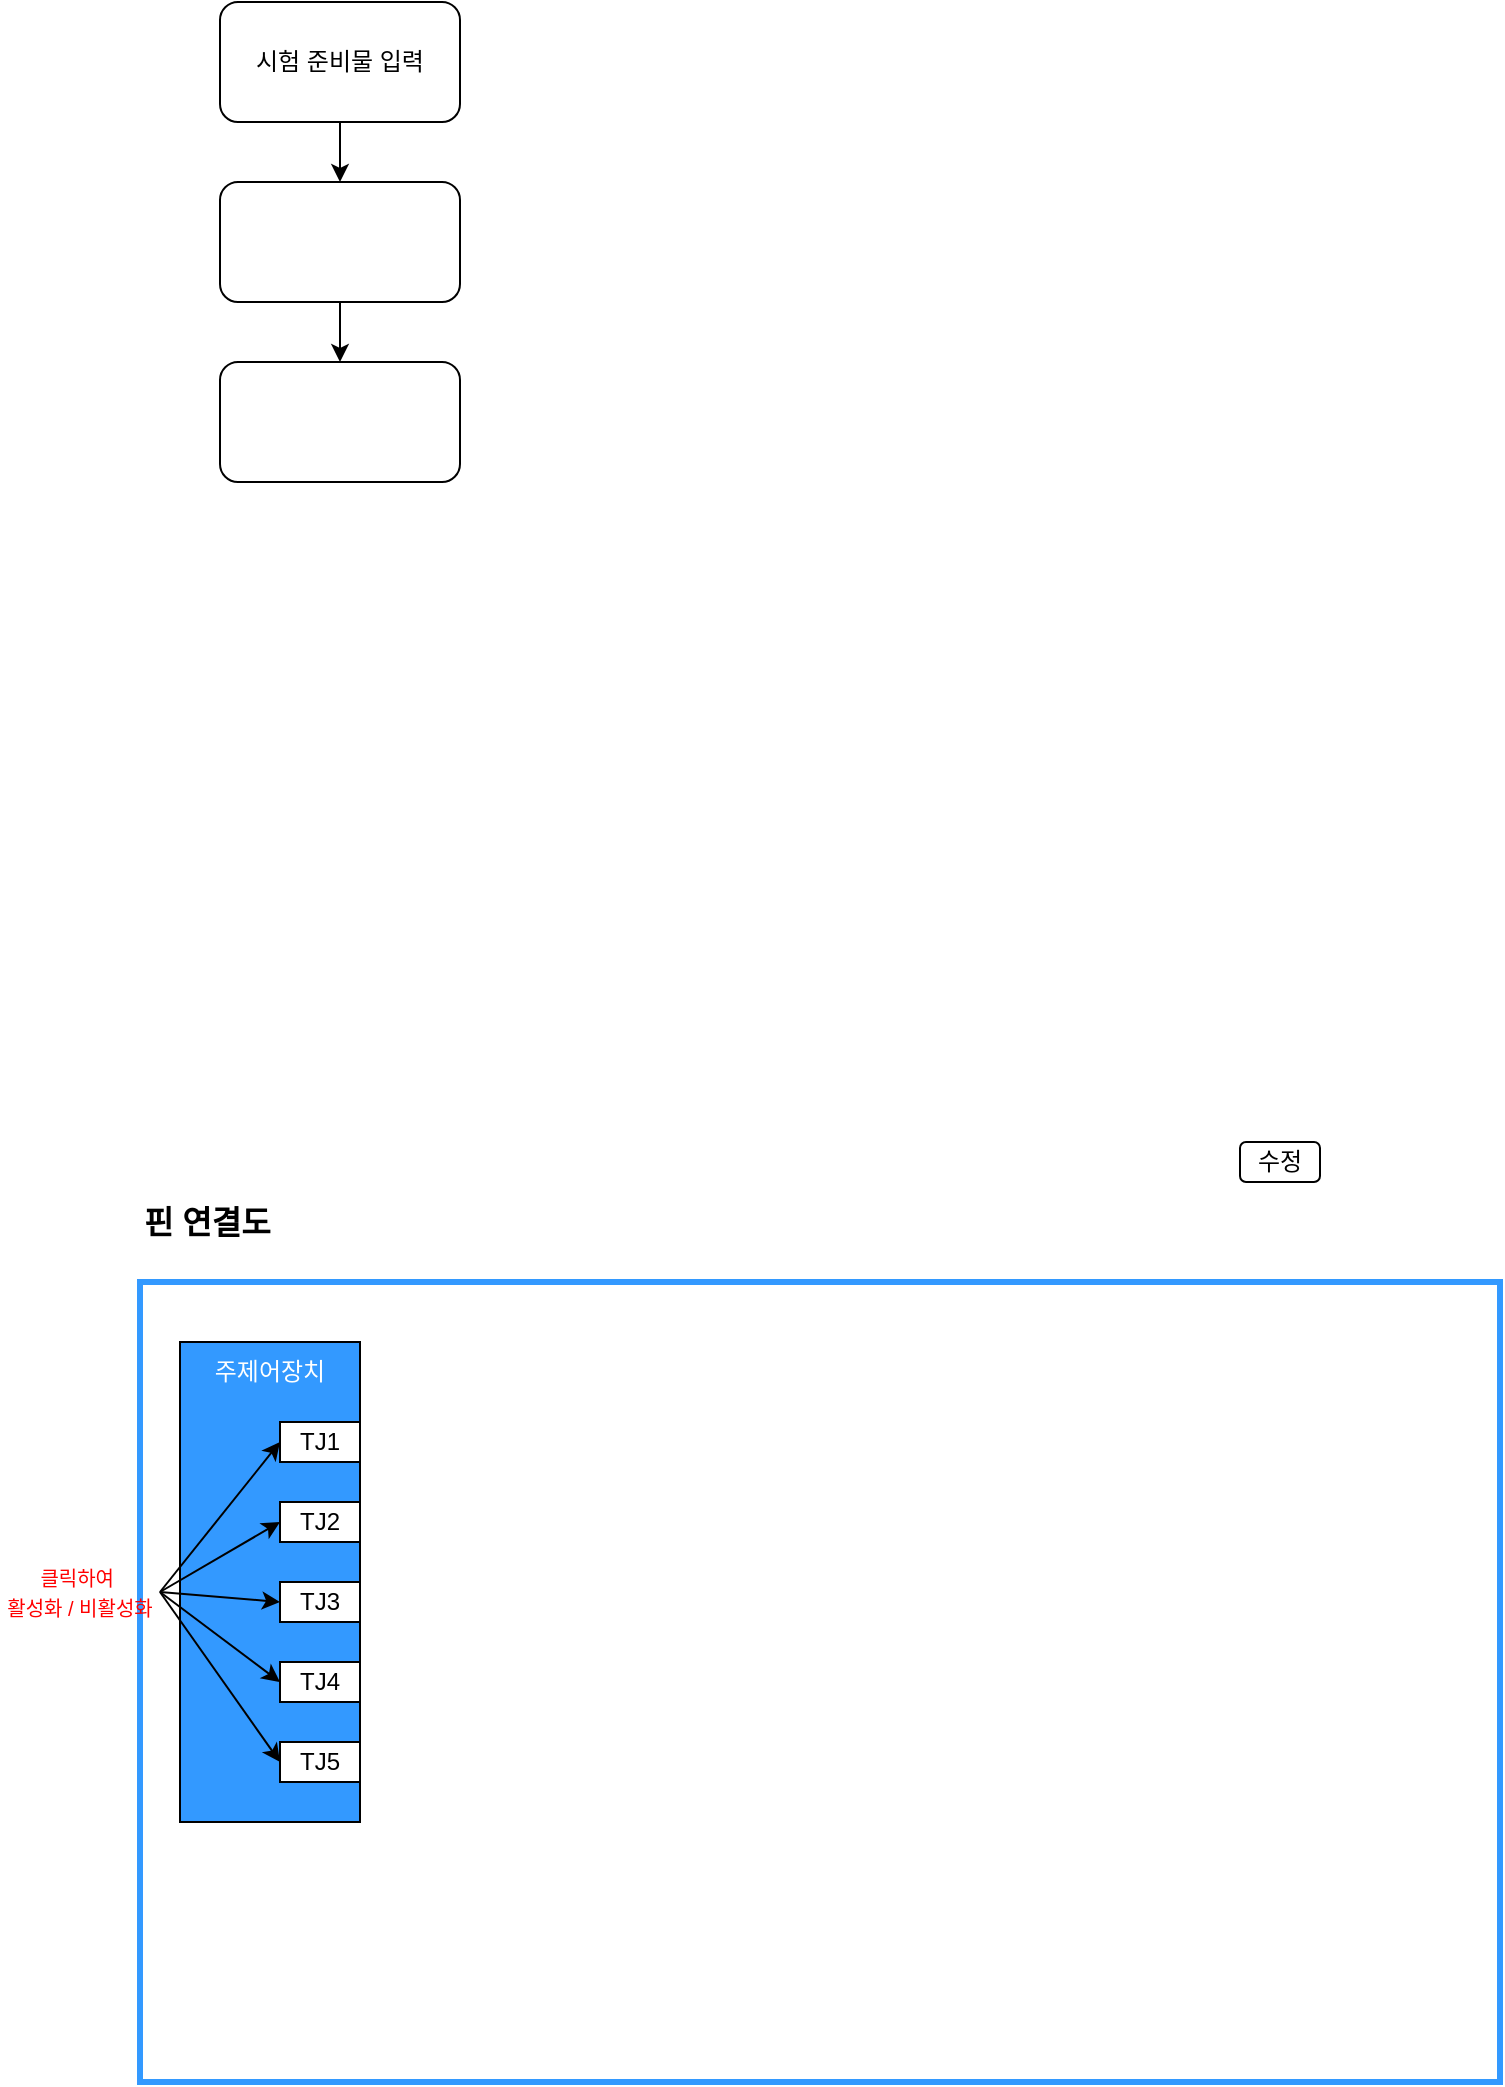
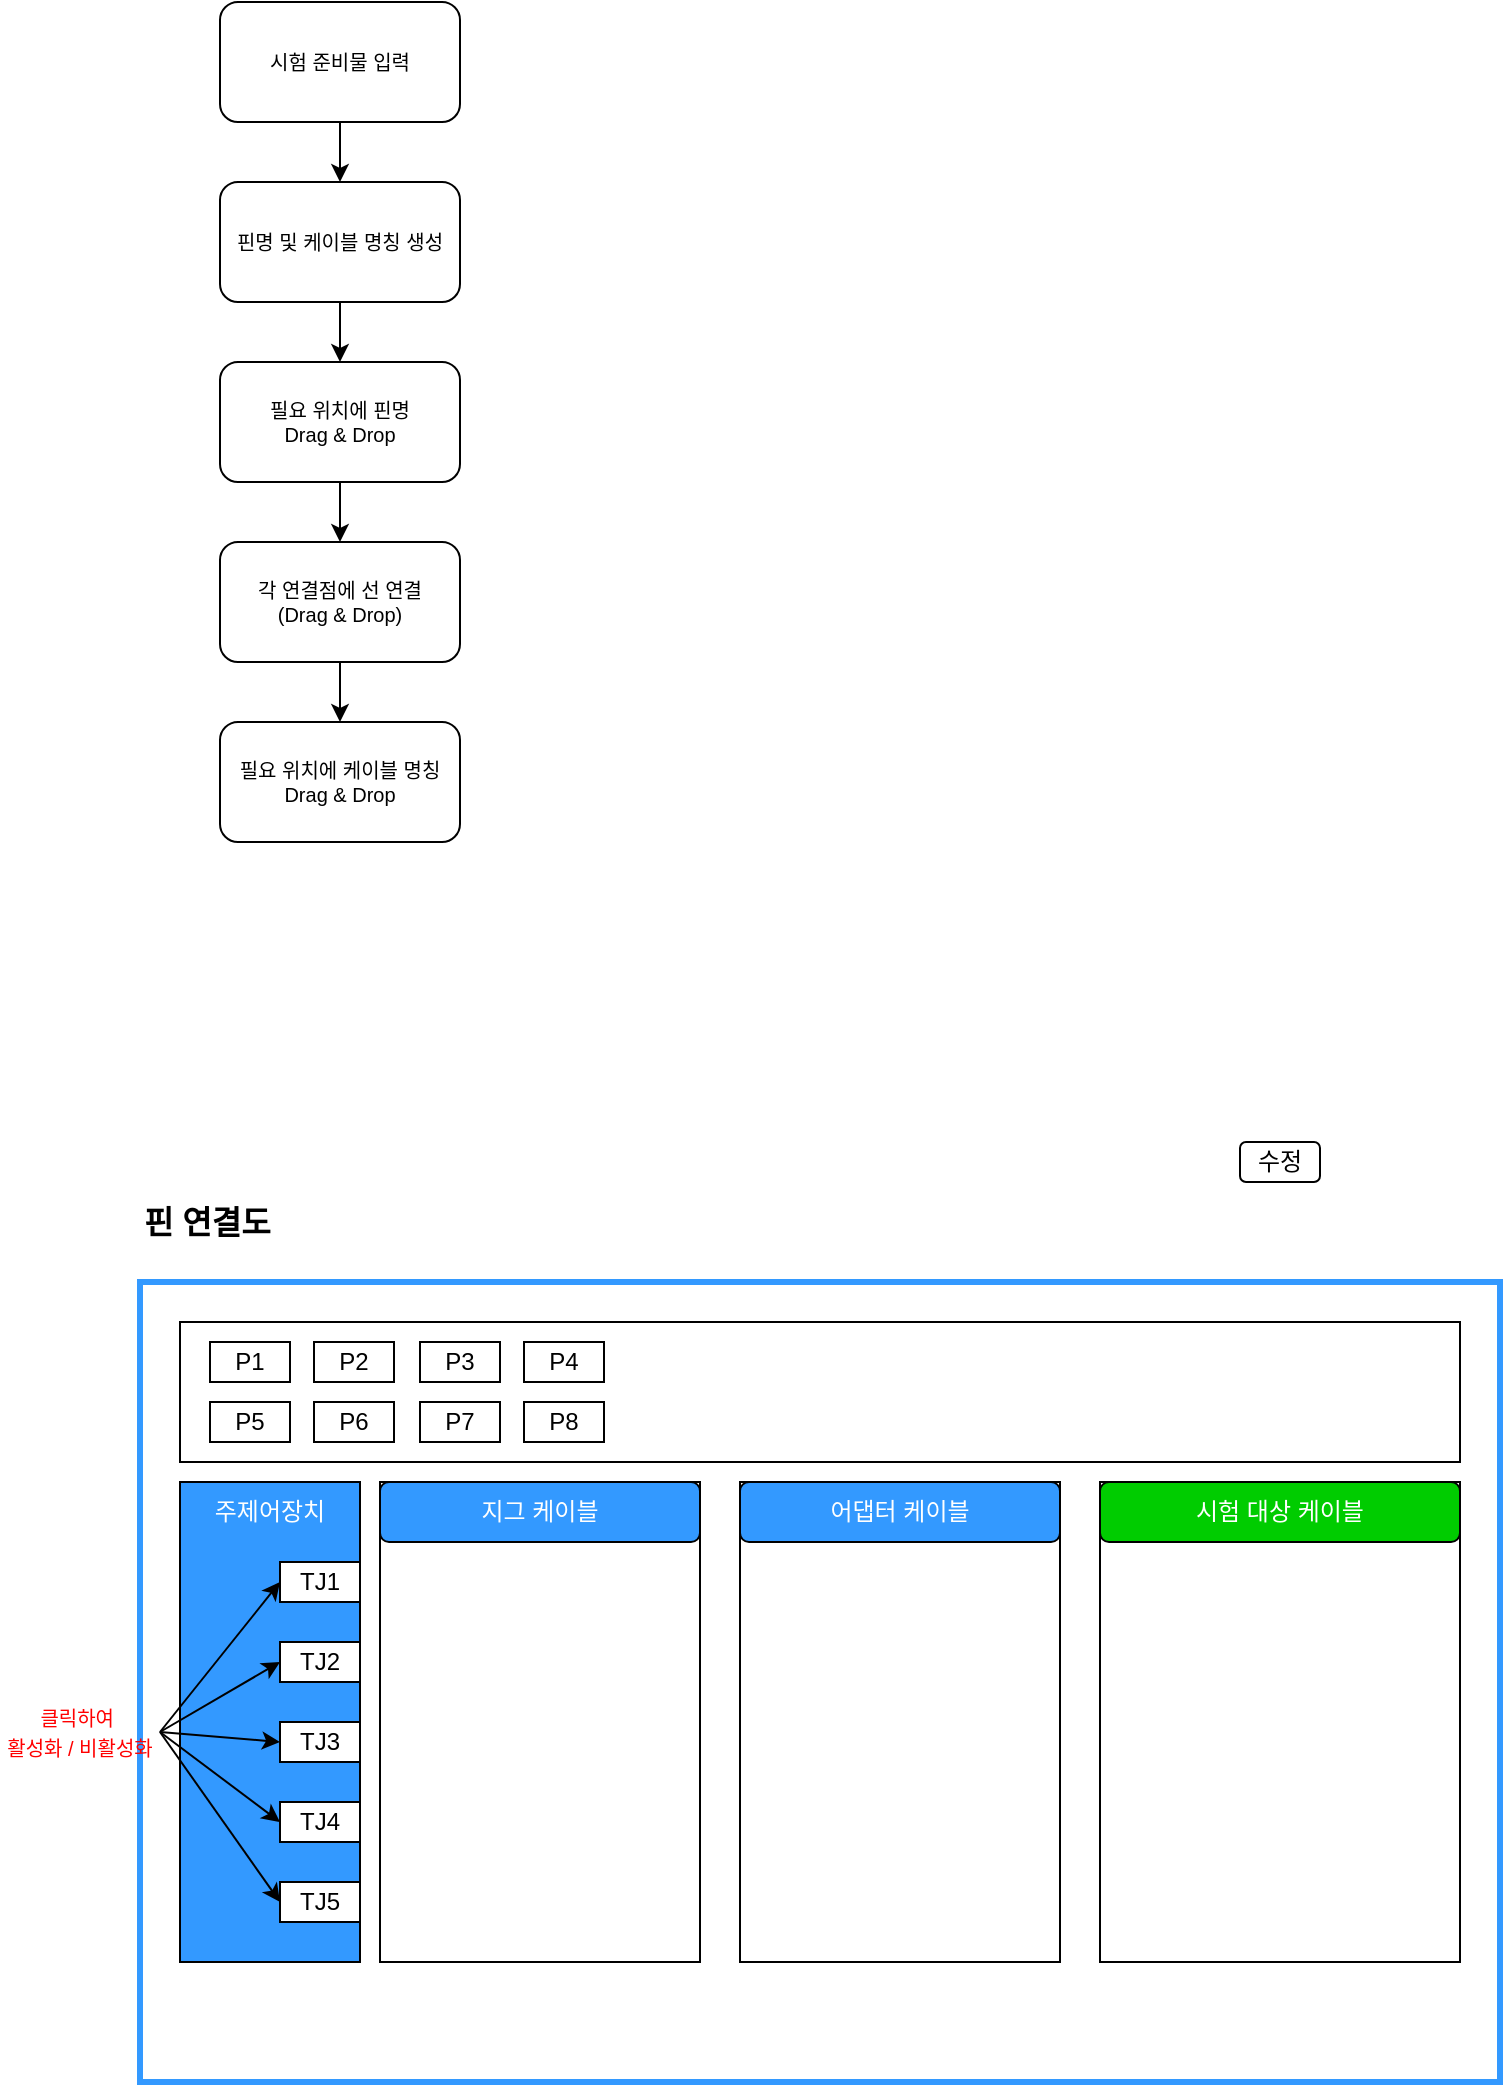
<mxfile host="app.diagrams.net">
  <diagram name="페이지-1" id="UxWbZ_BPkf-oguWBpRFv">
    <mxGraphModel dx="1047" dy="550" grid="1" gridSize="10" guides="1" tooltips="1" connect="1" arrows="1" fold="1" page="1" pageScale="1" pageWidth="827" pageHeight="1169" math="0" shadow="0">
      <root>
        <mxCell id="0" />
        <mxCell id="1" parent="0" />
        <mxCell id="T5Jo-hEF-b0Sb9yn7Qss-1" parent="1" style="rounded=0;whiteSpace=wrap;html=1;strokeColor=#3399FF;strokeWidth=3;glass=0;shadow=0;" value="" vertex="1">
          <mxGeometry height="400" width="680" x="80" y="680" as="geometry" />
        </mxCell>
        <mxCell id="T5Jo-hEF-b0Sb9yn7Qss-2" parent="1" style="text;html=1;whiteSpace=wrap;strokeColor=none;fillColor=none;align=left;verticalAlign=middle;rounded=0;fontStyle=1;fontSize=16;" value="핀 연결도" vertex="1">
          <mxGeometry height="20" width="80" x="80" y="640" as="geometry" />
        </mxCell>
        <mxCell id="T5Jo-hEF-b0Sb9yn7Qss-4" parent="1" style="rounded=1;whiteSpace=wrap;html=1;" value="수정" vertex="1">
          <mxGeometry height="20" width="40" x="630" y="610" as="geometry" />
        </mxCell>
        <mxCell id="T5Jo-hEF-b0Sb9yn7Qss-5" parent="1" style="rounded=0;whiteSpace=wrap;html=1;fillColor=#3399FF;strokeColor=default;" value="" vertex="1">
-           <mxGeometry height="240" width="90" x="100" y="710" as="geometry" />
+           <mxGeometry height="240" width="90" x="100" y="780" as="geometry" />
        </mxCell>
        <mxCell id="T5Jo-hEF-b0Sb9yn7Qss-6" parent="1" style="rounded=0;whiteSpace=wrap;html=1;" value="TJ1" vertex="1">
-           <mxGeometry height="20" width="40" x="150" y="750" as="geometry" />
+           <mxGeometry height="20" width="40" x="150" y="820" as="geometry" />
        </mxCell>
        <mxCell id="T5Jo-hEF-b0Sb9yn7Qss-7" parent="1" style="rounded=0;whiteSpace=wrap;html=1;" value="TJ4" vertex="1">
-           <mxGeometry height="20" width="40" x="150" y="870" as="geometry" />
+           <mxGeometry height="20" width="40" x="150" y="940" as="geometry" />
        </mxCell>
        <mxCell id="T5Jo-hEF-b0Sb9yn7Qss-8" parent="1" style="rounded=0;whiteSpace=wrap;html=1;" value="TJ2" vertex="1">
-           <mxGeometry height="20" width="40" x="150" y="790" as="geometry" />
+           <mxGeometry height="20" width="40" x="150" y="860" as="geometry" />
        </mxCell>
        <mxCell id="T5Jo-hEF-b0Sb9yn7Qss-9" parent="1" style="rounded=0;whiteSpace=wrap;html=1;" value="TJ3" vertex="1">
-           <mxGeometry height="20" width="40" x="150" y="830" as="geometry" />
+           <mxGeometry height="20" width="40" x="150" y="900" as="geometry" />
        </mxCell>
        <mxCell id="T5Jo-hEF-b0Sb9yn7Qss-11" parent="1" style="rounded=0;whiteSpace=wrap;html=1;" value="TJ5" vertex="1">
-           <mxGeometry height="20" width="40" x="150" y="910" as="geometry" />
+           <mxGeometry height="20" width="40" x="150" y="980" as="geometry" />
        </mxCell>
        <mxCell id="T5Jo-hEF-b0Sb9yn7Qss-12" parent="1" style="text;html=1;whiteSpace=wrap;strokeColor=none;fillColor=none;align=center;verticalAlign=middle;rounded=0;fontColor=#FF0000;" value="&lt;font style=&quot;font-size: 10px;&quot;&gt;클릭하여&amp;nbsp;&lt;/font&gt;&lt;div&gt;&lt;font style=&quot;font-size: 10px;&quot;&gt;활성화 / 비활성화&lt;/font&gt;&lt;/div&gt;" vertex="1">
-           <mxGeometry height="30" width="80" x="10" y="820" as="geometry" />
+           <mxGeometry height="30" width="80" x="10" y="890" as="geometry" />
        </mxCell>
        <mxCell id="T5Jo-hEF-b0Sb9yn7Qss-14" edge="1" parent="1" source="T5Jo-hEF-b0Sb9yn7Qss-12" style="endArrow=classic;html=1;rounded=0;entryX=0;entryY=0.5;entryDx=0;entryDy=0;exitX=1;exitY=0.5;exitDx=0;exitDy=0;" target="T5Jo-hEF-b0Sb9yn7Qss-6" value="">
          <mxGeometry height="50" relative="1" width="50" as="geometry">
-             <mxPoint x="350" y="900" as="sourcePoint" />
-             <mxPoint x="400" y="850" as="targetPoint" />
+             <mxPoint x="350" y="970" as="sourcePoint" />
+             <mxPoint x="400" y="920" as="targetPoint" />
          </mxGeometry>
        </mxCell>
        <mxCell id="T5Jo-hEF-b0Sb9yn7Qss-15" edge="1" parent="1" source="T5Jo-hEF-b0Sb9yn7Qss-12" style="endArrow=classic;html=1;rounded=0;entryX=0;entryY=0.5;entryDx=0;entryDy=0;exitX=1;exitY=0.5;exitDx=0;exitDy=0;" target="T5Jo-hEF-b0Sb9yn7Qss-8" value="">
          <mxGeometry height="50" relative="1" width="50" as="geometry">
-             <mxPoint x="260" y="830" as="sourcePoint" />
-             <mxPoint x="320" y="835" as="targetPoint" />
+             <mxPoint x="260" y="900" as="sourcePoint" />
+             <mxPoint x="320" y="905" as="targetPoint" />
          </mxGeometry>
        </mxCell>
        <mxCell id="T5Jo-hEF-b0Sb9yn7Qss-16" edge="1" parent="1" source="T5Jo-hEF-b0Sb9yn7Qss-12" style="endArrow=classic;html=1;rounded=0;entryX=0;entryY=0.5;entryDx=0;entryDy=0;exitX=1;exitY=0.5;exitDx=0;exitDy=0;" target="T5Jo-hEF-b0Sb9yn7Qss-9" value="">
          <mxGeometry height="50" relative="1" width="50" as="geometry">
-             <mxPoint x="330" y="780" as="sourcePoint" />
-             <mxPoint x="390" y="785" as="targetPoint" />
+             <mxPoint x="330" y="850" as="sourcePoint" />
+             <mxPoint x="390" y="855" as="targetPoint" />
          </mxGeometry>
        </mxCell>
        <mxCell id="T5Jo-hEF-b0Sb9yn7Qss-17" edge="1" parent="1" source="T5Jo-hEF-b0Sb9yn7Qss-12" style="endArrow=classic;html=1;rounded=0;entryX=0;entryY=0.5;entryDx=0;entryDy=0;exitX=1;exitY=0.5;exitDx=0;exitDy=0;" target="T5Jo-hEF-b0Sb9yn7Qss-7" value="">
          <mxGeometry height="50" relative="1" width="50" as="geometry">
-             <mxPoint x="430" y="790" as="sourcePoint" />
-             <mxPoint x="490" y="795" as="targetPoint" />
+             <mxPoint x="430" y="860" as="sourcePoint" />
+             <mxPoint x="490" y="865" as="targetPoint" />
          </mxGeometry>
        </mxCell>
        <mxCell id="T5Jo-hEF-b0Sb9yn7Qss-18" edge="1" parent="1" source="T5Jo-hEF-b0Sb9yn7Qss-12" style="endArrow=classic;html=1;rounded=0;entryX=0;entryY=0.5;entryDx=0;entryDy=0;exitX=1;exitY=0.5;exitDx=0;exitDy=0;" target="T5Jo-hEF-b0Sb9yn7Qss-11" value="">
          <mxGeometry height="50" relative="1" width="50" as="geometry">
-             <mxPoint x="390" y="770" as="sourcePoint" />
-             <mxPoint x="450" y="775" as="targetPoint" />
+             <mxPoint x="390" y="840" as="sourcePoint" />
+             <mxPoint x="450" y="845" as="targetPoint" />
          </mxGeometry>
        </mxCell>
        <mxCell id="T5Jo-hEF-b0Sb9yn7Qss-19" parent="1" style="text;html=1;whiteSpace=wrap;strokeColor=none;fillColor=none;align=center;verticalAlign=middle;rounded=0;" value="&lt;font style=&quot;color: rgb(255, 255, 255);&quot;&gt;주제어장치&lt;/font&gt;" vertex="1">
-           <mxGeometry height="30" width="60" x="115" y="710" as="geometry" />
+           <mxGeometry height="30" width="60" x="115" y="780" as="geometry" />
        </mxCell>
        <mxCell id="T5Jo-hEF-b0Sb9yn7Qss-23" edge="1" parent="1" source="T5Jo-hEF-b0Sb9yn7Qss-21" style="edgeStyle=orthogonalEdgeStyle;rounded=0;orthogonalLoop=1;jettySize=auto;html=1;" target="T5Jo-hEF-b0Sb9yn7Qss-22" value="">
          <mxGeometry relative="1" as="geometry" />
        </mxCell>
-         <mxCell id="T5Jo-hEF-b0Sb9yn7Qss-21" parent="1" style="rounded=1;whiteSpace=wrap;html=1;" value="시험 준비물 입력" vertex="1">
+         <mxCell id="T5Jo-hEF-b0Sb9yn7Qss-21" parent="1" style="rounded=1;whiteSpace=wrap;html=1;fontSize=10;" value="시험 준비물 입력" vertex="1">
          <mxGeometry height="60" width="120" x="120" y="40" as="geometry" />
        </mxCell>
        <mxCell id="T5Jo-hEF-b0Sb9yn7Qss-26" edge="1" parent="1" source="T5Jo-hEF-b0Sb9yn7Qss-22" style="edgeStyle=orthogonalEdgeStyle;rounded=0;orthogonalLoop=1;jettySize=auto;html=1;" target="T5Jo-hEF-b0Sb9yn7Qss-25" value="">
          <mxGeometry relative="1" as="geometry" />
        </mxCell>
-         <mxCell id="T5Jo-hEF-b0Sb9yn7Qss-22" parent="1" style="whiteSpace=wrap;html=1;rounded=1;" value="" vertex="1">
+         <mxCell id="T5Jo-hEF-b0Sb9yn7Qss-22" parent="1" style="whiteSpace=wrap;html=1;rounded=1;fontSize=10;" value="핀명 및 케이블 명칭 생성" vertex="1">
          <mxGeometry height="60" width="120" x="120" y="130" as="geometry" />
        </mxCell>
-         <mxCell id="T5Jo-hEF-b0Sb9yn7Qss-25" parent="1" style="whiteSpace=wrap;html=1;rounded=1;" value="" vertex="1">
+         <mxCell id="T5Jo-hEF-b0Sb9yn7Qss-37" edge="1" parent="1" source="T5Jo-hEF-b0Sb9yn7Qss-25" style="edgeStyle=orthogonalEdgeStyle;rounded=0;orthogonalLoop=1;jettySize=auto;html=1;" target="T5Jo-hEF-b0Sb9yn7Qss-36" value="">
+           <mxGeometry relative="1" as="geometry" />
+         </mxCell>
+         <mxCell id="T5Jo-hEF-b0Sb9yn7Qss-25" parent="1" style="whiteSpace=wrap;html=1;rounded=1;fontSize=10;" value="필요 위치에 핀명&lt;div&gt;Drag &amp;amp; Drop&lt;/div&gt;" vertex="1">
          <mxGeometry height="60" width="120" x="120" y="220" as="geometry" />
+         </mxCell>
+         <mxCell id="T5Jo-hEF-b0Sb9yn7Qss-27" parent="1" style="rounded=0;whiteSpace=wrap;html=1;" value="" vertex="1">
+           <mxGeometry height="70" width="640" x="100" y="700" as="geometry" />
+         </mxCell>
+         <mxCell id="T5Jo-hEF-b0Sb9yn7Qss-28" parent="1" style="rounded=0;whiteSpace=wrap;html=1;" value="P1" vertex="1">
+           <mxGeometry height="20" width="40" x="115" y="710" as="geometry" />
+         </mxCell>
+         <mxCell id="T5Jo-hEF-b0Sb9yn7Qss-29" parent="1" style="rounded=0;whiteSpace=wrap;html=1;" value="P2" vertex="1">
+           <mxGeometry height="20" width="40" x="167" y="710" as="geometry" />
+         </mxCell>
+         <mxCell id="T5Jo-hEF-b0Sb9yn7Qss-30" parent="1" style="rounded=0;whiteSpace=wrap;html=1;" value="P4" vertex="1">
+           <mxGeometry height="20" width="40" x="272" y="710" as="geometry" />
+         </mxCell>
+         <mxCell id="T5Jo-hEF-b0Sb9yn7Qss-31" parent="1" style="rounded=0;whiteSpace=wrap;html=1;" value="P3" vertex="1">
+           <mxGeometry height="20" width="40" x="220" y="710" as="geometry" />
+         </mxCell>
+         <mxCell id="T5Jo-hEF-b0Sb9yn7Qss-32" parent="1" style="rounded=0;whiteSpace=wrap;html=1;" value="P5" vertex="1">
+           <mxGeometry height="20" width="40" x="115" y="740" as="geometry" />
+         </mxCell>
+         <mxCell id="T5Jo-hEF-b0Sb9yn7Qss-33" parent="1" style="rounded=0;whiteSpace=wrap;html=1;" value="P6" vertex="1">
+           <mxGeometry height="20" width="40" x="167" y="740" as="geometry" />
+         </mxCell>
+         <mxCell id="T5Jo-hEF-b0Sb9yn7Qss-34" parent="1" style="rounded=0;whiteSpace=wrap;html=1;" value="P7" vertex="1">
+           <mxGeometry height="20" width="40" x="220" y="740" as="geometry" />
+         </mxCell>
+         <mxCell id="T5Jo-hEF-b0Sb9yn7Qss-35" parent="1" style="rounded=0;whiteSpace=wrap;html=1;" value="P8" vertex="1">
+           <mxGeometry height="20" width="40" x="272" y="740" as="geometry" />
+         </mxCell>
+         <mxCell id="T5Jo-hEF-b0Sb9yn7Qss-39" edge="1" parent="1" source="T5Jo-hEF-b0Sb9yn7Qss-36" style="edgeStyle=orthogonalEdgeStyle;rounded=0;orthogonalLoop=1;jettySize=auto;html=1;" target="T5Jo-hEF-b0Sb9yn7Qss-38" value="">
+           <mxGeometry relative="1" as="geometry" />
+         </mxCell>
+         <mxCell id="T5Jo-hEF-b0Sb9yn7Qss-36" parent="1" style="whiteSpace=wrap;html=1;fontSize=10;rounded=1;" value="각 연결점에 선 연결&lt;div&gt;(Drag &amp;amp; Drop)&lt;/div&gt;" vertex="1">
+           <mxGeometry height="60" width="120" x="120" y="310" as="geometry" />
+         </mxCell>
+         <mxCell id="T5Jo-hEF-b0Sb9yn7Qss-38" parent="1" style="whiteSpace=wrap;html=1;fontSize=10;rounded=1;" value="필요 위치에 케이블 명칭&lt;div&gt;Drag &amp;amp; Drop&lt;/div&gt;" vertex="1">
+           <mxGeometry height="60" width="120" x="120" y="400" as="geometry" />
+         </mxCell>
+         <mxCell id="T5Jo-hEF-b0Sb9yn7Qss-41" parent="1" style="rounded=0;whiteSpace=wrap;html=1;" value="" vertex="1">
+           <mxGeometry height="240" width="160" x="200" y="780" as="geometry" />
+         </mxCell>
+         <mxCell id="T5Jo-hEF-b0Sb9yn7Qss-43" parent="1" style="rounded=0;whiteSpace=wrap;html=1;" value="" vertex="1">
+           <mxGeometry height="240" width="180" x="560" y="780" as="geometry" />
+         </mxCell>
+         <mxCell id="T5Jo-hEF-b0Sb9yn7Qss-46" parent="1" style="rounded=0;whiteSpace=wrap;html=1;" value="" vertex="1">
+           <mxGeometry height="240" width="160" x="380" y="780" as="geometry" />
+         </mxCell>
+         <mxCell id="T5Jo-hEF-b0Sb9yn7Qss-48" parent="1" style="rounded=1;whiteSpace=wrap;html=1;fillColor=light-dark(#3399ff, #ededed);fontColor=#FFFFFF;" value="지그 케이블" vertex="1">
+           <mxGeometry height="30" width="160" x="200" y="780" as="geometry" />
+         </mxCell>
+         <mxCell id="T5Jo-hEF-b0Sb9yn7Qss-49" parent="1" style="rounded=1;whiteSpace=wrap;html=1;fillColor=light-dark(#00CC00,#EDEDED);fontColor=#FFFFFF;" value="시험 대상 케이블" vertex="1">
+           <mxGeometry height="30" width="180" x="560" y="780" as="geometry" />
+         </mxCell>
+         <mxCell id="T5Jo-hEF-b0Sb9yn7Qss-50" parent="1" style="rounded=1;whiteSpace=wrap;html=1;fillColor=light-dark(#3399ff, #ededed);fontColor=#FFFFFF;" value="어댑터 케이블" vertex="1">
+           <mxGeometry height="30" width="160" x="380" y="780" as="geometry" />
        </mxCell>
      </root>
    </mxGraphModel>
  </diagram>
</mxfile>
